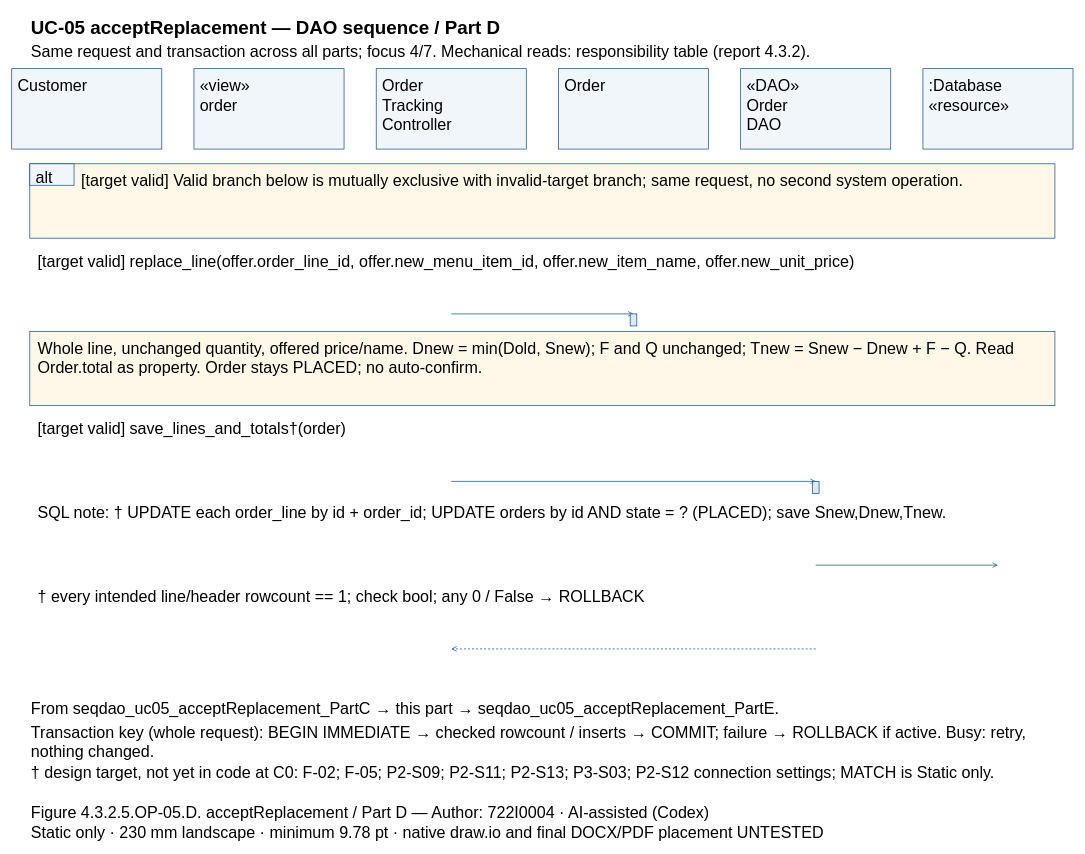
The draw.io diagram models/UC-05/seqdao_uc05_acceptReplacement_PartD.drawio in Dat071104/SaigonBite, before the edit. Source tidied: cells renumbered, new cells numbered last; positions are measured from the earlier drawing's top-left corner, leaving out a move shared by most shapes. Both pictures are drawn from the tidied source at 67%, with x=0, y=0 at pixel (11, 11).
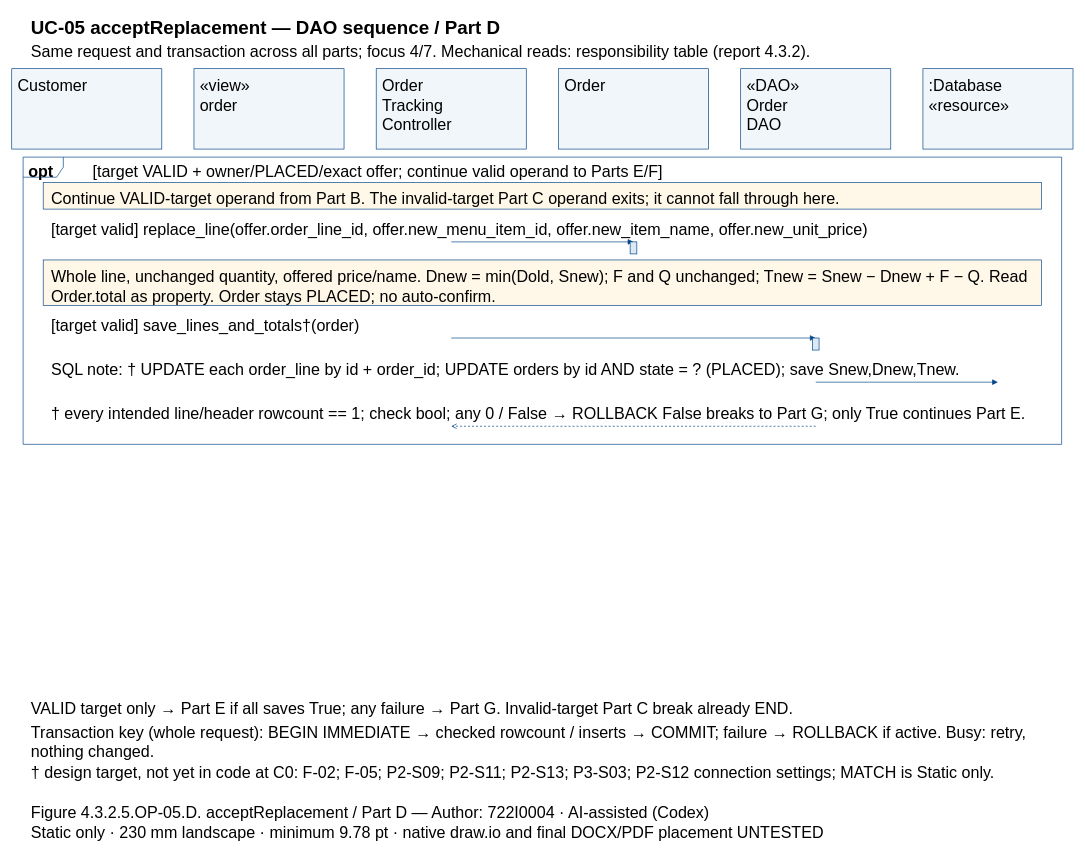
The same diagram, later.

Change to the diagram source:
```diff
@@
+    <mxCell id="45" style="shape=umlFrame;fillColor=none;strokeColor=#004387;" parent="1" vertex="1">
+      <mxGeometry x="17" y="217" width="1550" height="428.7" as="geometry" />
+    </mxCell>
@@
-    <mxCell id="16" style="fillColor=#FFF8E9;strokeColor=#004387;" parent="1" vertex="1">
-      <mxGeometry x="27" y="227" width="1530" height="111" as="geometry" />
-    </mxCell>
-    <mxCell id="17" style="fillColor=#F1F6FA;strokeColor=#004387;" parent="1" vertex="1">
-      <mxGeometry x="27" y="227" width="66" height="32" as="geometry" />
-    </mxCell>
-    <mxCell id="18" value="alt" style="text;html=0;whiteSpace=wrap;align=left;verticalAlign=top;strokeColor=none;fillColor=none;fontFamily=Arial;fontSize=24;fontStyle=0;" parent="1" vertex="1">
-      <mxGeometry x="34" y="227" width="56" height="27.8" as="geometry" />
-    </mxCell>
-    <mxCell id="19" value="[target valid] Valid branch below is mutually exclusive with invalid-target branch; same request, no second system operation." style="text;html=0;whiteSpace=wrap;align=left;verticalAlign=top;strokeColor=none;fillColor=none;fontFamily=Arial;fontSize=24;fontStyle=0;" parent="1" vertex="1">
-      <mxGeometry x="102" y="232" width="1440" height="27.8" as="geometry" />
-    </mxCell>
+    <mxCell id="46" value="opt" style="text;html=0;whiteSpace=wrap;align=left;verticalAlign=top;strokeColor=none;fillColor=none;fontFamily=Arial;fontSize=24;fontStyle=1;" parent="1" vertex="1">
+      <mxGeometry x="23" y="218" width="84" height="27.8" as="geometry" />
+    </mxCell>
+    <mxCell id="47" value="[target VALID + owner/PLACED/exact offer; continue valid operand to Parts E/F]" style="text;html=0;whiteSpace=wrap;align=left;verticalAlign=top;strokeColor=none;fillColor=none;fontFamily=Arial;fontSize=24;fontStyle=0;" parent="1" vertex="1">
+      <mxGeometry x="119" y="218" width="1438" height="27.8" as="geometry" />
+    </mxCell>
+    <mxCell id="48" style="fillColor=#FFF8E9;strokeColor=#004387;" parent="1" vertex="1">
+      <mxGeometry x="47" y="254.8" width="1490" height="39.8" as="geometry" />
+    </mxCell>
-    <mxCell id="20" value="[target valid] replace_line(offer.order_line_id, offer.new_menu_item_id, offer.new_item_name, offer.new_unit_price)" style="text;html=0;whiteSpace=wrap;align=left;verticalAlign=top;strokeColor=none;fillColor=none;fontFamily=Arial;fontSize=24;fontStyle=0;" parent="1" vertex="1">
-      <mxGeometry x="37" y="352" width="1510" height="27.8" as="geometry" />
+    <mxCell id="20" value="Continue VALID-target operand from Part B. The invalid-target Part C operand exits; it cannot fall through here." style="text;html=0;whiteSpace=wrap;align=left;verticalAlign=top;strokeColor=none;fillColor=none;fontFamily=Arial;fontSize=24;fontStyle=0;" parent="1" vertex="1">
+      <mxGeometry x="57" y="258.8" width="1470" height="27.8" as="geometry" />
     </mxCell>
+    <mxCell id="49" value="[target valid] replace_line(offer.order_line_id, offer.new_menu_item_id, offer.new_item_name, offer.new_unit_price)" style="text;html=0;whiteSpace=wrap;align=left;verticalAlign=top;strokeColor=none;fillColor=none;fontFamily=Arial;fontSize=24;fontStyle=0;" parent="1" vertex="1">
+      <mxGeometry x="57" y="304.7" width="1470" height="27.8" as="geometry" />
+    </mxCell>
     <mxCell id="21" style="opacity=0;" parent="1" vertex="1">
-      <mxGeometry x="656" y="451" as="geometry" />
+      <mxGeometry x="656" y="343.5" as="geometry" />
     </mxCell>
     <mxCell id="22" style="opacity=0;" parent="1" vertex="1">
-      <mxGeometry x="928" y="451" as="geometry" />
+      <mxGeometry x="928" y="343.5" as="geometry" />
     </mxCell>
-    <mxCell id="23" style="edgeStyle=none;endArrow=open;strokeColor=#004387;exitX=0.5;entryX=0.5;exitPerimeter=0;entryPerimeter=0;" parent="1" edge="1" source="21" target="22">
+    <mxCell id="23" style="edgeStyle=none;endArrow=block;endFill=1;strokeColor=#004387;exitX=0.5;entryX=0.5;exitPerimeter=0;entryPerimeter=0;" parent="1" edge="1" source="21" target="22">
       <mxGeometry relative="1" as="geometry" />
     </mxCell>
-    <mxCell id="24" style="fillColor=#DAE9F5;strokeColor=#004387;" parent="1" vertex="1">
-      <mxGeometry x="923" y="451" width="10" height="18" as="geometry" />
-    </mxCell>
-    <mxCell id="25" style="fillColor=#FFF8E9;strokeColor=#004387;" parent="1" vertex="1">
-      <mxGeometry x="27" y="477" width="1530" height="111" as="geometry" />
+    <mxCell id="25" style="fillColor=#DAE9F5;strokeColor=#004387;" parent="1" vertex="1">
+      <mxGeometry x="923" y="343.5" width="10" height="18" as="geometry" />
     </mxCell>
-    <mxCell id="26" value="Whole line, unchanged quantity, offered price/name. Dnew = min(Dold, Snew); F and Q unchanged; Tnew = Snew − Dnew + F − Q. Read&#10;Order.total as property. Order stays PLACED; no auto-confirm." style="text;html=0;whiteSpace=wrap;align=left;verticalAlign=top;strokeColor=none;fillColor=none;fontFamily=Arial;fontSize=24;fontStyle=0;" parent="1" vertex="1">
-      <mxGeometry x="37" y="482" width="1510" height="55.7" as="geometry" />
-    </mxCell>
+    <mxCell id="50" style="fillColor=#FFF8E9;strokeColor=#004387;" parent="1" vertex="1">
+      <mxGeometry x="47" y="370.5" width="1490" height="67.7" as="geometry" />
+    </mxCell>
-    <mxCell id="27" value="[target valid] save_lines_and_totals†(order)" style="text;html=0;whiteSpace=wrap;align=left;verticalAlign=top;strokeColor=none;fillColor=none;fontFamily=Arial;fontSize=24;fontStyle=0;" parent="1" vertex="1">
-      <mxGeometry x="37" y="602" width="1510" height="27.8" as="geometry" />
+    <mxCell id="27" value="Whole line, unchanged quantity, offered price/name. Dnew = min(Dold, Snew); F and Q unchanged; Tnew = Snew − Dnew + F − Q. Read&#10;Order.total as property. Order stays PLACED; no auto-confirm." style="text;html=0;whiteSpace=wrap;align=left;verticalAlign=top;strokeColor=none;fillColor=none;fontFamily=Arial;fontSize=24;fontStyle=0;" parent="1" vertex="1">
+      <mxGeometry x="57" y="374.5" width="1470" height="55.7" as="geometry" />
     </mxCell>
+    <mxCell id="51" value="[target valid] save_lines_and_totals†(order)" style="text;html=0;whiteSpace=wrap;align=left;verticalAlign=top;strokeColor=none;fillColor=none;fontFamily=Arial;fontSize=24;fontStyle=0;" parent="1" vertex="1">
+      <mxGeometry x="57" y="448.2" width="1470" height="27.8" as="geometry" />
+    </mxCell>
     <mxCell id="28" style="opacity=0;" parent="1" vertex="1">
-      <mxGeometry x="656" y="701" as="geometry" />
+      <mxGeometry x="656" y="487" as="geometry" />
     </mxCell>
     <mxCell id="29" style="opacity=0;" parent="1" vertex="1">
-      <mxGeometry x="1200" y="701" as="geometry" />
+      <mxGeometry x="1200" y="487" as="geometry" />
     </mxCell>
-    <mxCell id="30" style="edgeStyle=none;endArrow=open;strokeColor=#004387;exitX=0.5;entryX=0.5;exitPerimeter=0;entryPerimeter=0;" parent="1" edge="1" source="28" target="29">
+    <mxCell id="30" style="edgeStyle=none;endArrow=block;endFill=1;strokeColor=#004387;exitX=0.5;entryX=0.5;exitPerimeter=0;entryPerimeter=0;" parent="1" edge="1" source="28" target="29">
       <mxGeometry relative="1" as="geometry" />
     </mxCell>
-    <mxCell id="31" style="fillColor=#DAE9F5;strokeColor=#004387;" parent="1" vertex="1">
-      <mxGeometry x="1195" y="701" width="10" height="18" as="geometry" />
-    </mxCell>
+    <mxCell id="52" style="fillColor=#DAE9F5;strokeColor=#004387;" parent="1" vertex="1">
+      <mxGeometry x="1195" y="487" width="10" height="18" as="geometry" />
+    </mxCell>
     <mxCell id="32" value="SQL note: † UPDATE each order_line by id + order_id; UPDATE orders by id AND state = ? (PLACED); save Snew,Dnew,Tnew." style="text;html=0;whiteSpace=wrap;align=left;verticalAlign=top;strokeColor=none;fillColor=none;fontFamily=Arial;fontSize=24;fontStyle=0;" parent="1" vertex="1">
-      <mxGeometry x="37" y="727" width="1510" height="27.8" as="geometry" />
+      <mxGeometry x="57" y="514" width="1470" height="27.8" as="geometry" />
     </mxCell>
     <mxCell id="33" style="opacity=0;" parent="1" vertex="1">
-      <mxGeometry x="1200" y="826" as="geometry" />
+      <mxGeometry x="1200" y="552.9" as="geometry" />
     </mxCell>
     <mxCell id="34" style="opacity=0;" parent="1" vertex="1">
-      <mxGeometry x="1472" y="826" as="geometry" />
+      <mxGeometry x="1472" y="552.9" as="geometry" />
     </mxCell>
-    <mxCell id="35" style="edgeStyle=none;endArrow=open;strokeColor=#004387;exitX=0.5;entryX=0.5;exitPerimeter=0;entryPerimeter=0;" parent="1" edge="1" source="33" target="34">
+    <mxCell id="35" style="edgeStyle=none;endArrow=block;endFill=1;strokeColor=#004387;exitX=0.5;entryX=0.5;exitPerimeter=0;entryPerimeter=0;" parent="1" edge="1" source="33" target="34">
       <mxGeometry relative="1" as="geometry" />
     </mxCell>
-    <mxCell id="36" value="† every intended line/header rowcount == 1; check bool; any 0 / False → ROLLBACK" style="text;html=0;whiteSpace=wrap;align=left;verticalAlign=top;strokeColor=none;fillColor=none;fontFamily=Arial;fontSize=24;fontStyle=0;" parent="1" vertex="1">
-      <mxGeometry x="37" y="852" width="1510" height="27.8" as="geometry" />
-    </mxCell>
+    <mxCell id="53" value="† every intended line/header rowcount == 1; check bool; any 0 / False → ROLLBACK False breaks to Part G; only True continues Part E." style="text;html=0;whiteSpace=wrap;align=left;verticalAlign=top;strokeColor=none;fillColor=none;fontFamily=Arial;fontSize=24;fontStyle=0;" parent="1" vertex="1">
+      <mxGeometry x="57" y="579.9" width="1470" height="27.8" as="geometry" />
+    </mxCell>
     <mxCell id="37" style="opacity=0;" parent="1" vertex="1">
-      <mxGeometry x="1200" y="951" as="geometry" />
+      <mxGeometry x="1200" y="618.7" as="geometry" />
     </mxCell>
     <mxCell id="38" style="opacity=0;" parent="1" vertex="1">
-      <mxGeometry x="656" y="951" as="geometry" />
+      <mxGeometry x="656" y="618.7" as="geometry" />
     </mxCell>
-    <mxCell id="39" style="edgeStyle=none;endArrow=open;strokeColor=#004387;dashed=1;exitX=0.5;entryX=0.5;exitPerimeter=0;entryPerimeter=0;" parent="1" edge="1" source="37" target="38">
+    <mxCell id="39" style="edgeStyle=none;endArrow=open;endFill=0;strokeColor=#004387;dashed=1;exitX=0.5;entryX=0.5;exitPerimeter=0;entryPerimeter=0;" parent="1" edge="1" source="37" target="38">
       <mxGeometry relative="1" as="geometry" />
     </mxCell>
-    <mxCell id="40" value="From seqdao_uc05_acceptReplacement_PartC → this part → seqdao_uc05_acceptReplacement_PartE." style="text;html=0;whiteSpace=wrap;align=left;verticalAlign=top;strokeColor=none;fillColor=none;fontFamily=Arial;fontSize=24;fontStyle=0;" parent="1" vertex="1">
-      <mxGeometry x="27" y="1020" width="1530" height="27.8" as="geometry" />
-    </mxCell>
-    <mxCell id="41" value="Transaction key (whole request): BEGIN IMMEDIATE → checked rowcount / inserts → COMMIT; failure → ROLLBACK if active. Busy: retry,&#10;nothing changed." style="text;html=0;whiteSpace=wrap;align=left;verticalAlign=top;strokeColor=none;fillColor=none;fontFamily=Arial;fontSize=24;fontStyle=0;" parent="1" vertex="1">
-      <mxGeometry x="27" y="1055" width="1530" height="55.7" as="geometry" />
+    <mxCell id="41" value="VALID target only → Part E if all saves True; any failure → Part G. Invalid-target Part C break already END." style="text;html=0;whiteSpace=wrap;align=left;verticalAlign=top;strokeColor=none;fillColor=none;fontFamily=Arial;fontSize=24;fontStyle=0;" parent="1" vertex="1">
+      <mxGeometry x="27" y="1020" width="1530" height="27.8" as="geometry" />
     </mxCell>
-    <mxCell id="42" value="† design target, not yet in code at C0: F-02; F-05; P2-S09; P2-S11; P2-S13; P3-S03; P2-S12 connection settings; MATCH is Static only." style="text;html=0;whiteSpace=wrap;align=left;verticalAlign=top;strokeColor=none;fillColor=none;fontFamily=Arial;fontSize=24;fontStyle=0;" parent="1" vertex="1">
-      <mxGeometry x="27" y="1115" width="1530" height="27.8" as="geometry" />
+    <mxCell id="42" value="Transaction key (whole request): BEGIN IMMEDIATE → checked rowcount / inserts → COMMIT; failure → ROLLBACK if active. Busy: retry,&#10;nothing changed." style="text;html=0;whiteSpace=wrap;align=left;verticalAlign=top;strokeColor=none;fillColor=none;fontFamily=Arial;fontSize=24;fontStyle=0;" parent="1" vertex="1">
+      <mxGeometry x="27" y="1055" width="1530" height="55.7" as="geometry" />
     </mxCell>
-    <mxCell id="43" value="Figure 4.3.2.5.OP-05.D. acceptReplacement / Part D — Author: 722I0004 · AI-assisted (Codex)" style="text;html=0;whiteSpace=wrap;align=left;verticalAlign=top;strokeColor=none;fillColor=none;fontFamily=Arial;fontSize=24;fontStyle=0;" parent="1" vertex="1">
-      <mxGeometry x="27" y="1175" width="1530" height="27.8" as="geometry" />
+    <mxCell id="43" value="† design target, not yet in code at C0: F-02; F-05; P2-S09; P2-S11; P2-S13; P3-S03; P2-S12 connection settings; MATCH is Static only." style="text;html=0;whiteSpace=wrap;align=left;verticalAlign=top;strokeColor=none;fillColor=none;fontFamily=Arial;fontSize=24;fontStyle=0;" parent="1" vertex="1">
+      <mxGeometry x="27" y="1115" width="1530" height="27.8" as="geometry" />
     </mxCell>
-    <mxCell id="44" value="Static only · 230 mm landscape · minimum 9.78 pt · native draw.io and final DOCX/PDF placement UNTESTED" style="text;html=0;whiteSpace=wrap;align=left;verticalAlign=top;strokeColor=none;fillColor=none;fontFamily=Arial;fontSize=24;fontStyle=0;" parent="1" vertex="1">
-      <mxGeometry x="27" y="1205" width="1530" height="27.8" as="geometry" />
+    <mxCell id="44" value="Figure 4.3.2.5.OP-05.D. acceptReplacement / Part D — Author: 722I0004 · AI-assisted (Codex)" style="text;html=0;whiteSpace=wrap;align=left;verticalAlign=top;strokeColor=none;fillColor=none;fontFamily=Arial;fontSize=24;fontStyle=0;" parent="1" vertex="1">
+      <mxGeometry x="27" y="1175" width="1530" height="27.8" as="geometry" />
     </mxCell>
+    <mxCell id="54" value="Static only · 230 mm landscape · minimum 9.78 pt · native draw.io and final DOCX/PDF placement UNTESTED" style="text;html=0;whiteSpace=wrap;align=left;verticalAlign=top;strokeColor=none;fillColor=none;fontFamily=Arial;fontSize=24;fontStyle=0;" parent="1" vertex="1">
+      <mxGeometry x="27" y="1205" width="1530" height="27.8" as="geometry" />
+    </mxCell>
```
